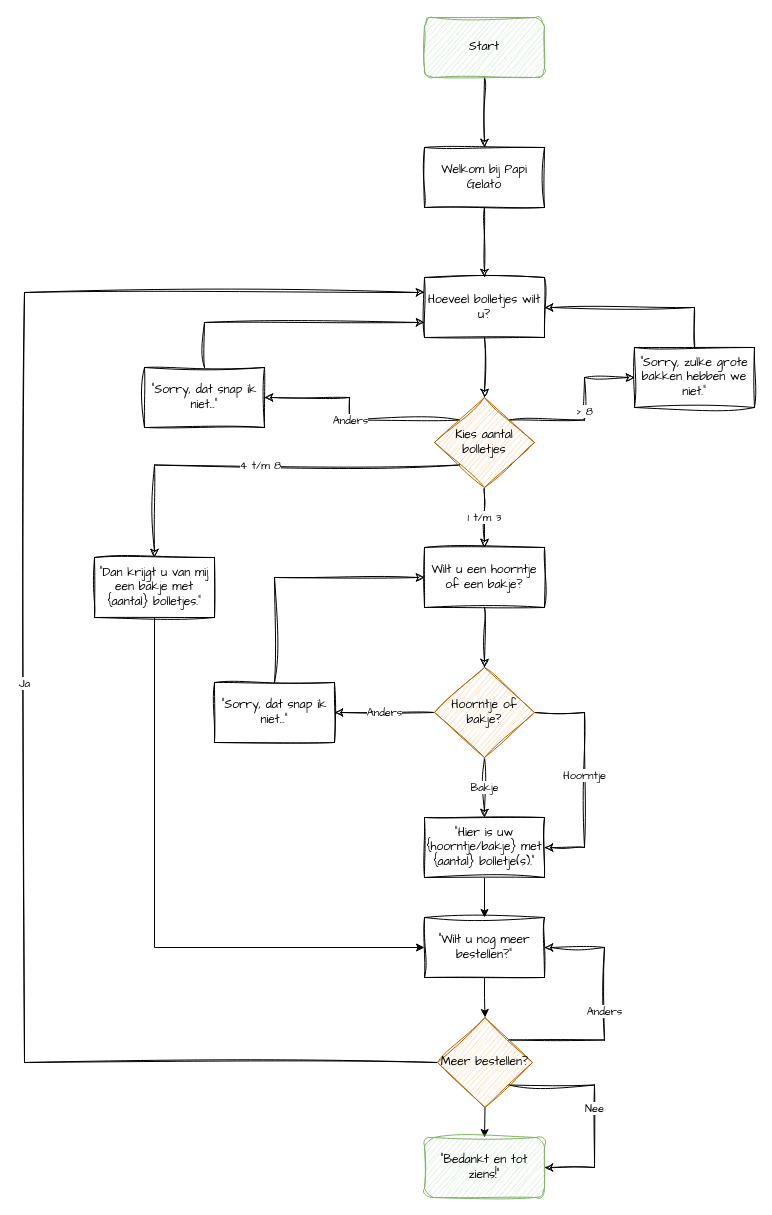
The draw.io diagram module 3/Proef/Proef - Diagram.drawio in SummerDallison/leren-programmeren, before the edit. Source tidied: cells renumbered, new cells numbered last; positions are measured from the earlier drawing's top-left corner, leaving out a move shared by most shapes. Both pictures are drawn from the tidied source at 100%, with x=0, y=0 at pixel (24, 17).
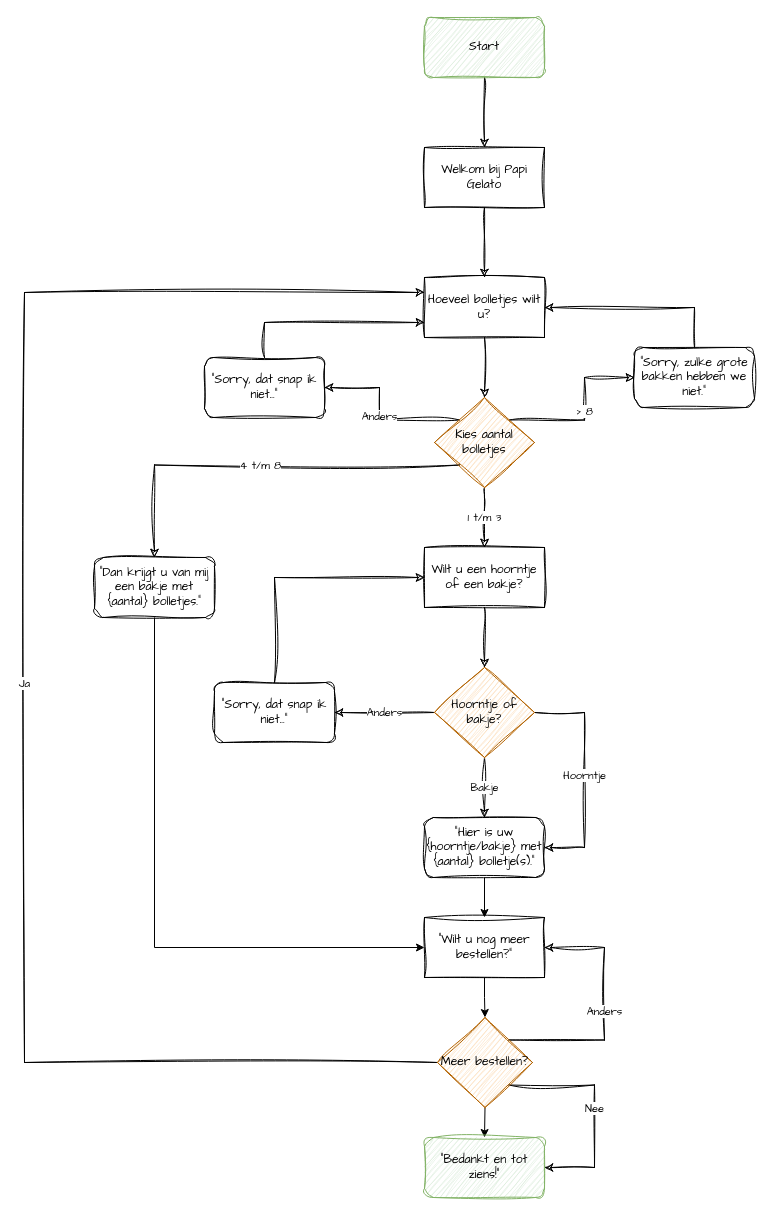
Above is the later version.

Change to the diagram source:
```diff
@@
-    <mxCell id="20" value="&quot;Dan krijgt u van mij een bakje met {aantal} bolletjes.&quot;" style="rounded=0;whiteSpace=wrap;html=1;sketch=1;curveFitting=1;jiggle=2;fillColor=none;fontFamily=Comic Sans MS;" parent="1" vertex="1">
+    <mxCell id="20" value="&quot;Dan krijgt u van mij een bakje met {aantal} bolletjes.&quot;" style="rounded=1;whiteSpace=wrap;html=1;sketch=1;curveFitting=1;jiggle=2;fillColor=none;fontFamily=Comic Sans MS;" parent="1" vertex="1">
       <mxGeometry x="70" y="540" width="120" height="60" as="geometry" />
     </mxCell>
@@
-    <mxCell id="22" value="&quot;Sorry, zulke grote bakken hebben we niet.&quot;" style="rounded=0;whiteSpace=wrap;html=1;fillColor=none;sketch=1;curveFitting=1;jiggle=2;fontFamily=Comic Sans MS;" parent="1" vertex="1">
+    <mxCell id="22" value="&quot;Sorry, zulke grote bakken hebben we niet.&quot;" style="rounded=1;whiteSpace=wrap;html=1;fillColor=none;sketch=1;curveFitting=1;jiggle=2;fontFamily=Comic Sans MS;" parent="1" vertex="1">
       <mxGeometry x="610" y="330" width="120" height="60" as="geometry" />
     </mxCell>
@@
-    <mxCell id="24" value="&quot;Sorry, dat snap ik niet...&quot;" style="rounded=0;whiteSpace=wrap;html=1;fontFamily=Comic Sans MS;fillColor=none;sketch=1;curveFitting=1;jiggle=2;" parent="1" vertex="1">
-      <mxGeometry x="120" y="350" width="120" height="60" as="geometry" />
+    <mxCell id="24" value="&quot;Sorry, dat snap ik niet...&quot;" style="rounded=1;whiteSpace=wrap;html=1;fontFamily=Comic Sans MS;fillColor=none;sketch=1;curveFitting=1;jiggle=2;" parent="1" vertex="1">
+      <mxGeometry x="180" y="340" width="120" height="60" as="geometry" />
     </mxCell>
@@
-    <mxCell id="26" value="&quot;Hier is uw {hoorntje/bakje} met {aantal} bolletje(s).&quot;" style="rounded=0;whiteSpace=wrap;html=1;fillColor=none;sketch=1;curveFitting=1;jiggle=2;fontFamily=Comic Sans MS;" parent="1" vertex="1">
+    <mxCell id="26" value="&quot;Hier is uw {hoorntje/bakje} met {aantal} bolletje(s).&quot;" style="rounded=1;whiteSpace=wrap;html=1;fillColor=none;sketch=1;curveFitting=1;jiggle=2;fontFamily=Comic Sans MS;" parent="1" vertex="1">
       <mxGeometry x="400" y="800" width="120" height="60" as="geometry" />
     </mxCell>
@@
-    <mxCell id="28" value="&quot;Sorry, dat snap ik niet...&quot;" style="rounded=0;whiteSpace=wrap;html=1;fillColor=none;sketch=1;curveFitting=1;jiggle=2;fontFamily=Comic Sans MS;" parent="1" vertex="1">
+    <mxCell id="28" value="&quot;Sorry, dat snap ik niet...&quot;" style="rounded=1;whiteSpace=wrap;html=1;fillColor=none;sketch=1;curveFitting=1;jiggle=2;fontFamily=Comic Sans MS;" parent="1" vertex="1">
       <mxGeometry x="190" y="665" width="120" height="60" as="geometry" />
     </mxCell>
```
